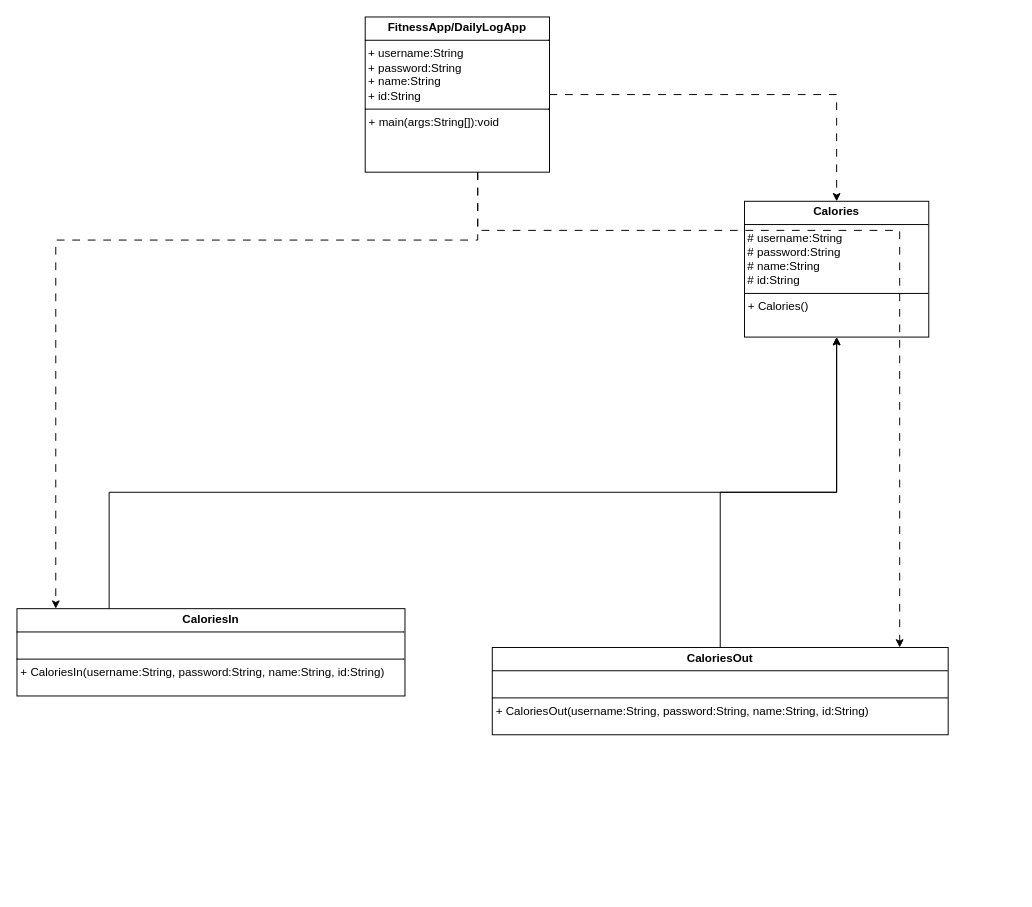
Before: FitnessAppClassDiagram.drawio in DebugT/oop_gorup_t, a draw.io diagram. Source tidied: cells renumbered, new cells numbered last; positions are measured from the earlier drawing's top-left corner, leaving out a move shared by most shapes. Both pictures are drawn from the tidied source at 97%, with x=0, y=0 at pixel (16, 16).
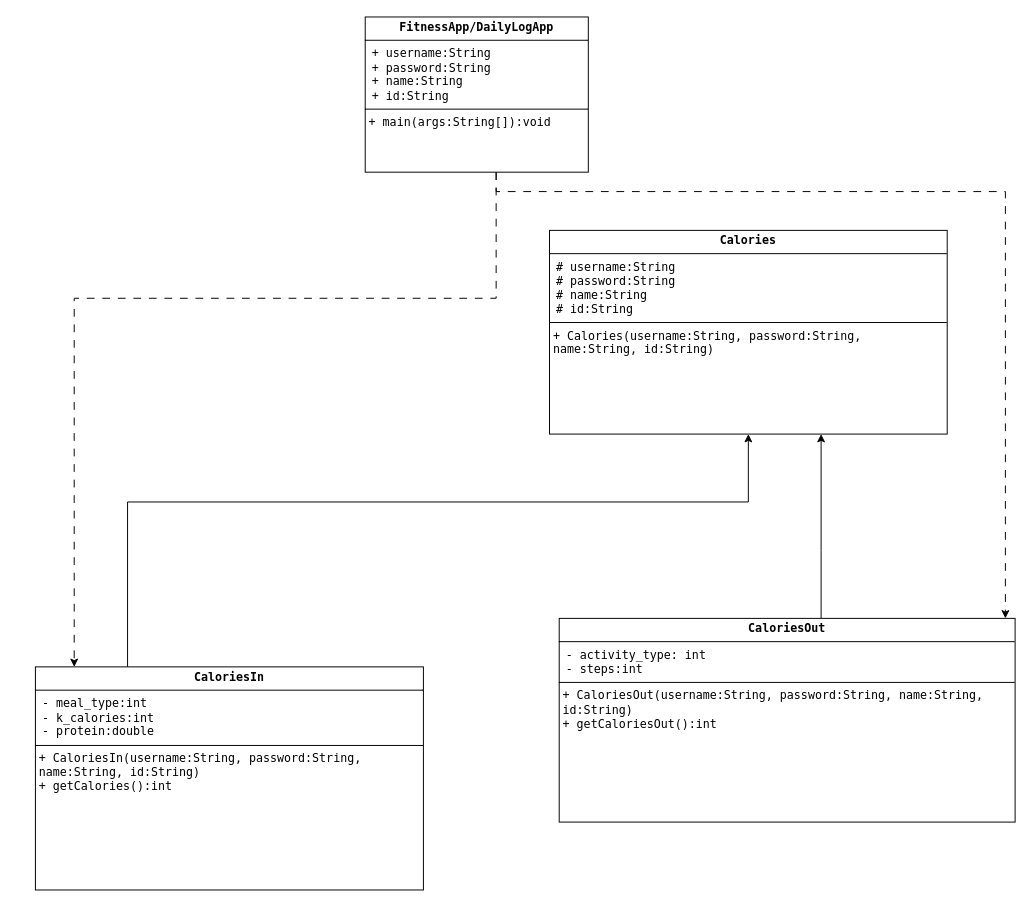
After the change.

Commit message:
oop t clas diagram 04

The edit, as a diff of the source:
```diff
@@
 <mxGraphModel>
   <root>
     <mxCell id="0" />
     <mxCell id="1" parent="0" />
-    <mxCell id="2" value="&lt;p style=&quot;margin:0px;margin-top:4px;text-align:center;&quot;&gt;&lt;b&gt;Calories&lt;/b&gt;&lt;/p&gt;&lt;hr size=&quot;1&quot; style=&quot;border-style:solid;&quot;&gt;&amp;nbsp;# username:String&lt;div&gt;&amp;nbsp;# password:String&lt;/div&gt;&lt;div&gt;&amp;nbsp;# name:String&lt;/div&gt;&lt;div&gt;&amp;nbsp;# id:String&lt;/div&gt;&lt;hr size=&quot;1&quot; style=&quot;border-style:solid;&quot;&gt;&lt;p style=&quot;margin:0px;margin-left:4px;&quot;&gt;+ Calories()&lt;/p&gt;" style="verticalAlign=top;align=left;overflow=fill;html=1;whiteSpace=wrap;" parent="1" vertex="1">
-      <mxGeometry x="750" y="190" width="190" height="140" as="geometry" />
-    </mxCell>
-    <mxCell id="3" style="edgeStyle=orthogonalEdgeStyle;rounded=0;jettySize=auto;html=1;dashed=1;dashPattern=8 8;" parent="1" edge="1" source="6" target="2">
-      <mxGeometry relative="1" as="geometry" />
-    </mxCell>
-    <mxCell id="4" style="edgeStyle=orthogonalEdgeStyle;rounded=0;jettySize=auto;html=1;dashed=1;dashPattern=8 8;" parent="1" edge="1" source="6" target="8">
-      <mxGeometry x="-0.02" relative="1" as="geometry">
-        <Array as="points">
-          <mxPoint x="475" y="230" />
-          <mxPoint x="40" y="230" />
-        </Array>
-      </mxGeometry>
-    </mxCell>
-    <mxCell id="5" style="edgeStyle=orthogonalEdgeStyle;rounded=0;jettySize=auto;html=1;dashed=1;dashPattern=8 8;" parent="1" edge="1" source="6" target="10">
-      <mxGeometry x="0.11" relative="1" as="geometry">
-        <Array as="points">
-          <mxPoint x="475" y="220" />
-          <mxPoint x="910" y="220" />
-        </Array>
-      </mxGeometry>
-    </mxCell>
+    <mxCell id="11" value="&lt;p style=&quot;margin:0px;margin-top:4px;text-align:center;&quot;&gt;&lt;b&gt;Calories&lt;/b&gt;&lt;/p&gt;&lt;hr size=&quot;1&quot; style=&quot;border-style:solid;&quot;&gt;&amp;nbsp;# username:String&lt;div&gt;&amp;nbsp;# password:String&lt;/div&gt;&lt;div&gt;&amp;nbsp;# name:String&lt;/div&gt;&lt;div&gt;&amp;nbsp;# id:String&lt;/div&gt;&lt;hr size=&quot;1&quot; style=&quot;border-style:solid;&quot;&gt;&lt;p style=&quot;margin:0px;margin-left:4px;&quot;&gt;+ Calories(username:String, password:String, name:String, id:String)&lt;/p&gt;" style="verticalAlign=top;align=left;overflow=fill;html=1;whiteSpace=wrap;rounded=0;shadow=0;glass=0;multiple=0;fontFamily=Lucida Console;" parent="1" vertex="1">
+      <mxGeometry x="549" y="220" width="410" height="210" as="geometry" />
+    </mxCell>
+    <mxCell id="12" style="edgeStyle=orthogonalEdgeStyle;rounded=0;jettySize=auto;html=1;dashed=1;dashPattern=8 8;" parent="1" edge="1" source="6" target="15">
+      <mxGeometry x="-0.02" relative="1" as="geometry">
+        <Array as="points">
+          <mxPoint x="494" y="290" />
+          <mxPoint x="59" y="290" />
+        </Array>
+      </mxGeometry>
+    </mxCell>
+    <mxCell id="13" style="edgeStyle=orthogonalEdgeStyle;rounded=0;jettySize=auto;html=1;dashed=1;dashPattern=8 8;" parent="1" edge="1" source="6" target="17">
+      <mxGeometry x="0.57" relative="1" as="geometry">
+        <Array as="points">
+          <mxPoint x="494" y="180" />
+          <mxPoint x="1019" y="180" />
+        </Array>
+      </mxGeometry>
+    </mxCell>
-    <mxCell id="6" value="&lt;p style=&quot;margin:0px;margin-top:4px;text-align:center;&quot;&gt;&lt;b&gt;FitnessApp/DailyLogApp&lt;/b&gt;&lt;/p&gt;&lt;hr size=&quot;1&quot; style=&quot;border-style:solid;&quot;&gt;&lt;div&gt;&amp;nbsp;+ username:String&lt;/div&gt;&lt;div&gt;&amp;nbsp;+ password:String&lt;/div&gt;&lt;div&gt;&amp;nbsp;+ name:String&lt;/div&gt;&lt;div&gt;&amp;nbsp;+ id:String&lt;/div&gt;&lt;hr size=&quot;1&quot; style=&quot;border-style:solid;&quot;&gt;&lt;p style=&quot;margin:0px;margin-left:4px;&quot;&gt;+ main(args:String[]):void&lt;/p&gt;" style="verticalAlign=top;align=left;overflow=fill;html=1;whiteSpace=wrap;" parent="1" vertex="1">
-      <mxGeometry x="359" width="190" height="160" as="geometry" />
+    <mxCell id="6" value="&lt;p style=&quot;margin:0px;margin-top:4px;text-align:center;&quot;&gt;&lt;b&gt;FitnessApp/DailyLogApp&lt;/b&gt;&lt;/p&gt;&lt;hr size=&quot;1&quot; style=&quot;border-style:solid;&quot;&gt;&lt;div&gt;&amp;nbsp;+ username:String&lt;/div&gt;&lt;div&gt;&amp;nbsp;+ password:String&lt;/div&gt;&lt;div&gt;&amp;nbsp;+ name:String&lt;/div&gt;&lt;div&gt;&amp;nbsp;+ id:String&lt;/div&gt;&lt;hr size=&quot;1&quot; style=&quot;border-style:solid;&quot;&gt;&lt;p style=&quot;margin:0px;margin-left:4px;&quot;&gt;+ main(args:String[]):void&lt;/p&gt;" style="verticalAlign=top;align=left;overflow=fill;html=1;whiteSpace=wrap;autosizeText=0;fontSize=12;fontFamily=Lucida Console;" parent="1" vertex="1">
+      <mxGeometry x="359" width="230" height="160" as="geometry" />
     </mxCell>
-    <mxCell id="7" style="edgeStyle=orthogonalEdgeStyle;rounded=0;jettySize=auto;html=1;entryX=0.5;entryY=1;entryDx=0;entryDy=0;" parent="1" edge="1" source="8" target="2">
-      <mxGeometry relative="1" as="geometry">
-        <Array as="points">
-          <mxPoint x="95" y="490" />
-          <mxPoint x="845" y="490" />
-        </Array>
-      </mxGeometry>
-    </mxCell>
-    <mxCell id="8" value="&lt;p style=&quot;margin:0px;margin-top:4px;text-align:center;&quot;&gt;&lt;b&gt;CaloriesIn&lt;/b&gt;&lt;/p&gt;&lt;hr size=&quot;1&quot; style=&quot;border-style:solid;&quot;&gt;&lt;br&gt;&lt;hr size=&quot;1&quot; style=&quot;border-style:solid;&quot;&gt;&lt;p style=&quot;margin:0px;margin-left:4px;&quot;&gt;+ CaloriesIn(username:String, password:String, name:String, id:String)&lt;/p&gt;" style="verticalAlign=top;align=left;overflow=fill;html=1;whiteSpace=wrap;" parent="1" vertex="1">
-      <mxGeometry y="610" width="400" height="90" as="geometry" />
-    </mxCell>
-    <mxCell id="9" style="edgeStyle=orthogonalEdgeStyle;rounded=0;jettySize=auto;html=1;defaultLabelBackgroundColor=page;" parent="1" edge="1" source="10" target="2">
-      <mxGeometry relative="1" as="geometry" />
-    </mxCell>
-    <mxCell id="10" value="&lt;p style=&quot;margin:0px;margin-top:4px;text-align:center;&quot;&gt;&lt;b&gt;CaloriesOut&lt;/b&gt;&lt;/p&gt;&lt;hr size=&quot;1&quot; style=&quot;border-style:solid;&quot;&gt;&lt;br&gt;&lt;hr size=&quot;1&quot; style=&quot;border-style:solid;&quot;&gt;&lt;p style=&quot;margin:0px;margin-left:4px;&quot;&gt;+ CaloriesOut(username:String, password:String, name:String, id:String)&lt;/p&gt;" style="verticalAlign=top;align=left;overflow=fill;html=1;whiteSpace=wrap;" parent="1" vertex="1">
-      <mxGeometry x="490" y="650" width="470" height="90" as="geometry" />
-    </mxCell>
+    <mxCell id="14" style="edgeStyle=orthogonalEdgeStyle;rounded=0;jettySize=auto;html=1;entryX=0.5;entryY=1;entryDx=0;entryDy=0;" parent="1" edge="1" source="15" target="11">
+      <mxGeometry x="0.37" relative="1" as="geometry">
+        <Array as="points">
+          <mxPoint x="114" y="500" />
+          <mxPoint x="754" y="500" />
+        </Array>
+      </mxGeometry>
+    </mxCell>
+    <mxCell id="15" value="&lt;p style=&quot;margin:0px;margin-top:4px;text-align:center;&quot;&gt;&lt;b&gt;CaloriesIn&lt;/b&gt;&lt;/p&gt;&lt;hr size=&quot;1&quot; style=&quot;border-style:solid;&quot;&gt;&lt;div&gt;&amp;nbsp;- meal_type:int&lt;/div&gt;&lt;div&gt;&amp;nbsp;- k_calories:int&lt;/div&gt;&lt;div&gt;&amp;nbsp;- protein:double&lt;/div&gt;&lt;hr size=&quot;1&quot; style=&quot;border-style:solid;&quot;&gt;&lt;p style=&quot;margin:0px;margin-left:4px;&quot;&gt;+ CaloriesIn(username:String, password:String, name:String, id:String)&lt;/p&gt;&lt;p style=&quot;margin:0px;margin-left:4px;&quot;&gt;+ getCalories():int&lt;/p&gt;" style="verticalAlign=top;align=left;overflow=fill;html=1;whiteSpace=wrap;fontFamily=Lucida Console;" parent="1" vertex="1">
+      <mxGeometry x="19" y="670" width="400" height="230" as="geometry" />
+    </mxCell>
+    <mxCell id="16" style="edgeStyle=orthogonalEdgeStyle;rounded=1;jettySize=auto;html=1;defaultLabelBackgroundColor=page;curved=0;" parent="1" edge="1" source="17" target="11">
+      <mxGeometry relative="1" as="geometry">
+        <Array as="points">
+          <mxPoint x="829" y="540" />
+          <mxPoint x="829" y="540" />
+        </Array>
+      </mxGeometry>
+    </mxCell>
+    <mxCell id="17" value="&lt;p style=&quot;margin:0px;margin-top:4px;text-align:center;&quot;&gt;&lt;b&gt;CaloriesOut&lt;/b&gt;&lt;/p&gt;&lt;hr size=&quot;1&quot; style=&quot;border-style:solid;&quot;&gt;&lt;div&gt;&amp;nbsp;- activity_type: int&lt;/div&gt;&lt;div&gt;&amp;nbsp;- steps:int&lt;/div&gt;&lt;hr size=&quot;1&quot; style=&quot;border-style:solid;&quot;&gt;&lt;p style=&quot;margin:0px;margin-left:4px;&quot;&gt;+ CaloriesOut(username:String, password:String, name:String, id:String)&lt;/p&gt;&lt;p style=&quot;margin:0px;margin-left:4px;&quot;&gt;+ getCaloriesOut():int&lt;/p&gt;" style="verticalAlign=top;align=left;overflow=fill;html=1;whiteSpace=wrap;fontFamily=Lucida Console;" parent="1" vertex="1">
+      <mxGeometry x="559" y="620" width="470" height="210" as="geometry" />
+    </mxCell>
   </root>
 </mxGraphModel>
```
